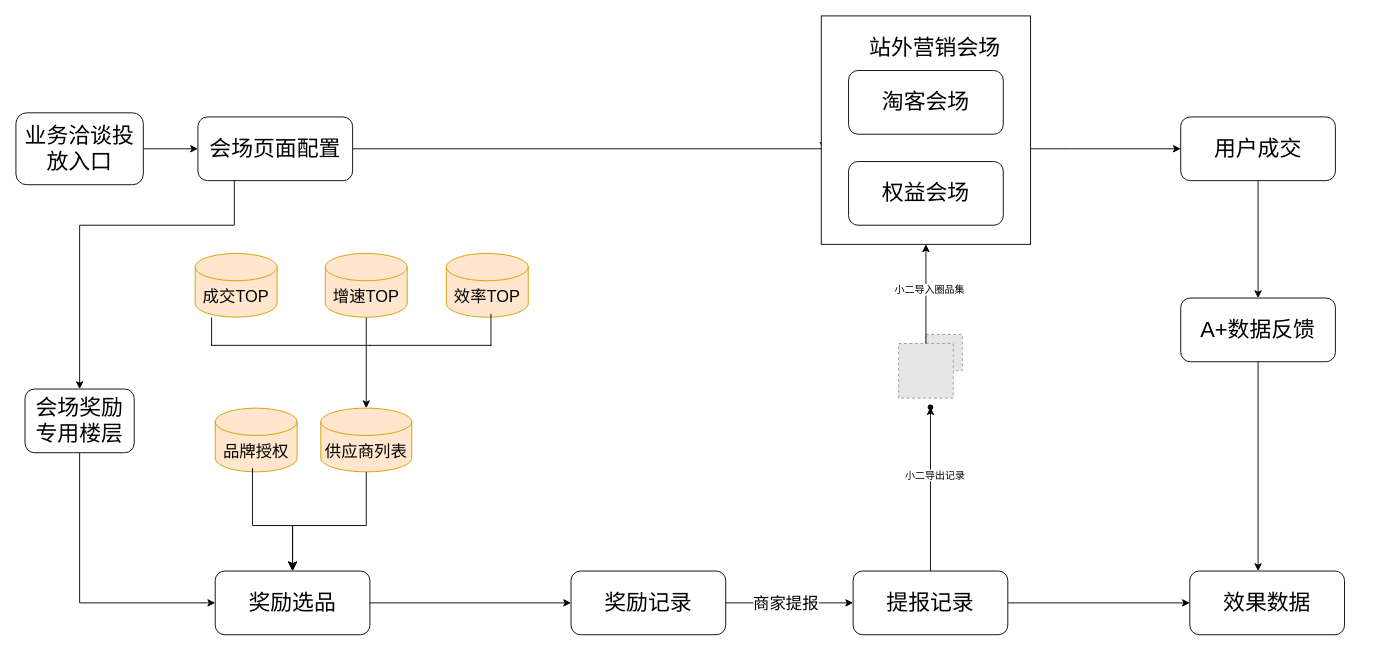
RuishanFang/notes keeps this draw.io diagram as 会场流量自运营.drawio. Above is the earlier version. Source tidied: cells renumbered, new cells numbered last; positions are measured from the earlier drawing's top-left corner, leaving out a move shared by most shapes. Both pictures are drawn from the tidied source at 91%, with x=0, y=0 at pixel (15, 15). Pictures stored in the file or linked from it are replaced by grey dashed boxes.
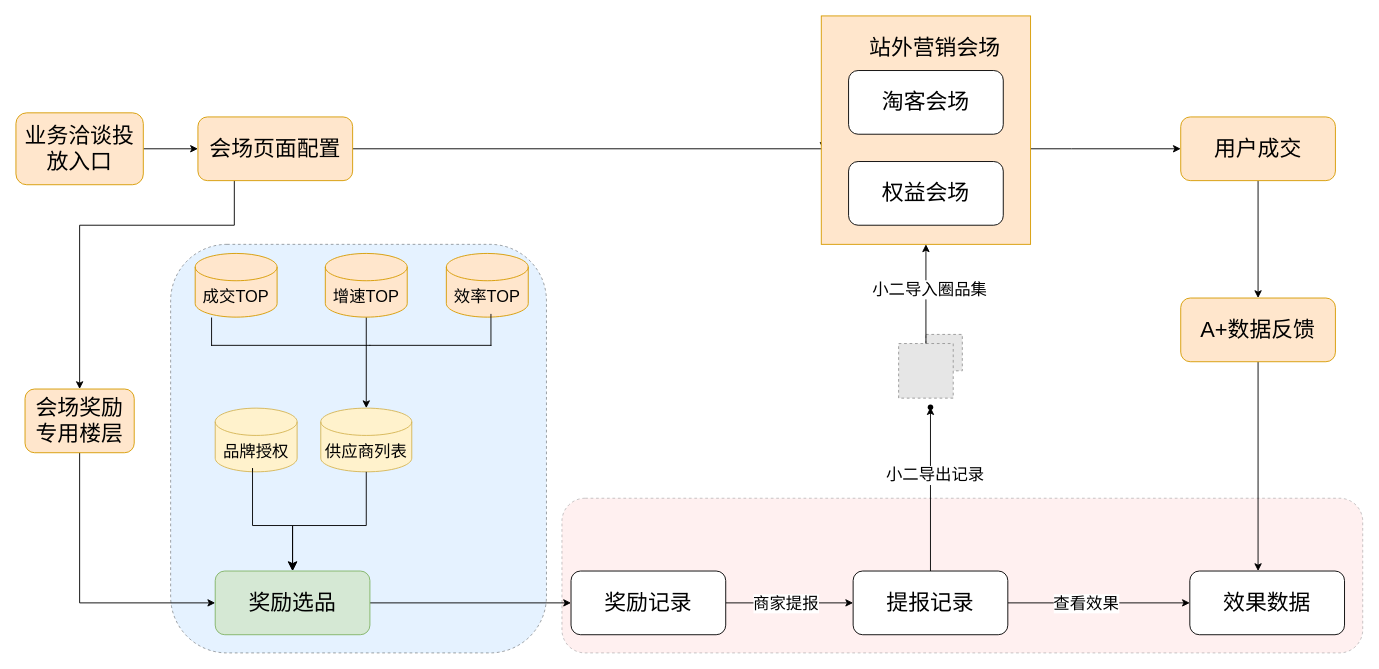
After the change.

Commit message:
更新会场流量自运营.drawio

Unchanged cells that the change refers to:
```xml
<mxCell id="20" style="edgeStyle=orthogonalEdgeStyle;rounded=0;jettySize=auto;html=1;" parent="1" edge="1" source="23" target="30">
  <mxGeometry relative="1" as="geometry" />
</mxCell>
<mxCell id="22" style="edgeStyle=orthogonalEdgeStyle;rounded=0;jettySize=auto;html=1;entryX=0;entryY=0.5;entryDx=0;entryDy=0;" parent="1" edge="1" source="23" target="24">
  <mxGeometry relative="1" as="geometry" />
</mxCell>
<mxCell id="32" style="edgeStyle=orthogonalEdgeStyle;rounded=0;jettySize=auto;html=1;" parent="1" edge="1" source="31" target="26">
  <mxGeometry relative="1" as="geometry" />
</mxCell>
```

The edit, as a diff of the source:
```diff
@@
+    <mxCell id="45" style="rounded=1;whiteSpace=wrap;html=1;dashed=1;fillColor=#ffcccc;strokeColor=#36393d;opacity=30;" parent="1" vertex="1">
+      <mxGeometry x="600" y="530" width="880" height="170" as="geometry" />
+    </mxCell>
+    <mxCell id="46" style="rounded=1;whiteSpace=wrap;html=1;dashed=1;fillColor=#cce5ff;strokeColor=#36393d;opacity=50;" parent="1" vertex="1">
+      <mxGeometry x="170" y="251" width="413" height="449" as="geometry" />
+    </mxCell>
@@
-    <mxCell id="3" value="&lt;font style=&quot;font-size: 24px;&quot;&gt;业务洽谈投放入口&lt;/font&gt;" style="rounded=1;whiteSpace=wrap;html=1;" parent="1" vertex="1">
+    <mxCell id="3" value="&lt;font style=&quot;font-size: 24px;&quot;&gt;业务洽谈投放入口&lt;/font&gt;" style="rounded=1;whiteSpace=wrap;html=1;fillColor=#ffe6cc;strokeColor=#d79b00;" parent="1" vertex="1">
       <mxGeometry y="106.5" width="140" height="79" as="geometry" />
     </mxCell>
@@
-    <mxCell id="6" value="&lt;font style=&quot;font-size: 24px;&quot;&gt;会场页面配置&lt;/font&gt;" style="rounded=1;whiteSpace=wrap;html=1;" parent="1" vertex="1">
+    <mxCell id="6" value="&lt;font style=&quot;font-size: 24px;&quot;&gt;会场页面配置&lt;/font&gt;" style="rounded=1;whiteSpace=wrap;html=1;fillColor=#ffe6cc;strokeColor=#d79b00;" parent="1" vertex="1">
       <mxGeometry x="200" y="111" width="170" height="70" as="geometry" />
     </mxCell>
@@
-    <mxCell id="8" value="&lt;font style=&quot;font-size: 24px;&quot;&gt;会场奖励专用楼层&lt;/font&gt;" style="rounded=1;whiteSpace=wrap;html=1;" parent="1" vertex="1">
+    <mxCell id="8" value="&lt;font style=&quot;font-size: 24px;&quot;&gt;会场奖励专用楼层&lt;/font&gt;" style="rounded=1;whiteSpace=wrap;html=1;fillColor=#ffe6cc;strokeColor=#d79b00;" parent="1" vertex="1">
       <mxGeometry x="10" y="410" width="120" height="70" as="geometry" />
     </mxCell>
@@
-    <mxCell id="13" value="&lt;font style=&quot;font-weight: normal; font-size: 18px;&quot;&gt;品牌授权&lt;/font&gt;" style="shape=cylinder3;whiteSpace=wrap;html=1;boundedLbl=1;backgroundOutline=1;size=15;fillColor=#ffe6cc;strokeColor=#d79b00;fontStyle=1;" parent="1" vertex="1">
+    <mxCell id="13" value="&lt;font style=&quot;font-weight: normal; font-size: 18px;&quot;&gt;品牌授权&lt;/font&gt;" style="shape=cylinder3;whiteSpace=wrap;html=1;boundedLbl=1;backgroundOutline=1;size=15;fillColor=#fff2cc;strokeColor=#d6b656;fontStyle=1;" parent="1" vertex="1">
       <mxGeometry x="219" y="431" width="90" height="70" as="geometry" />
     </mxCell>
-    <mxCell id="14" value="&lt;font style=&quot;font-weight: normal; font-size: 18px;&quot;&gt;供应商列表&lt;/font&gt;" style="shape=cylinder3;whiteSpace=wrap;html=1;boundedLbl=1;backgroundOutline=1;size=15;fillColor=#ffe6cc;strokeColor=#d79b00;fontStyle=1;" parent="1" vertex="1">
+    <mxCell id="14" value="&lt;font style=&quot;font-weight: normal; font-size: 18px;&quot;&gt;供应商列表&lt;/font&gt;" style="shape=cylinder3;whiteSpace=wrap;html=1;boundedLbl=1;backgroundOutline=1;size=15;fillColor=#fff2cc;strokeColor=#d6b656;fontStyle=1;" parent="1" vertex="1">
       <mxGeometry x="335" y="431" width="100" height="70" as="geometry" />
     </mxCell>
@@
-    <mxCell id="16" value="&lt;font style=&quot;font-size: 24px;&quot;&gt;奖励选品&lt;/font&gt;" style="rounded=1;whiteSpace=wrap;html=1;" parent="1" vertex="1">
+    <mxCell id="16" value="&lt;font style=&quot;font-size: 24px;&quot;&gt;奖励选品&lt;/font&gt;" style="rounded=1;whiteSpace=wrap;html=1;fillColor=#d5e8d4;strokeColor=#82b366;" parent="1" vertex="1">
       <mxGeometry x="219" y="610" width="170" height="70" as="geometry" />
     </mxCell>
@@
-    <mxCell id="21" value="小二导出记录" style="edgeLabel;html=1;align=center;verticalAlign=middle;" parent="20" vertex="1">
+    <mxCell id="21" value="&lt;font style=&quot;font-size: 18px;&quot;&gt;小二导出记录&lt;/font&gt;" style="edgeLabel;html=1;align=center;verticalAlign=middle;" parent="20" vertex="1">
       <mxGeometry x="0.18" y="-4" relative="1" as="geometry" />
     </mxCell>
@@
+    <mxCell id="47" value="&lt;font style=&quot;font-size: 18px;&quot;&gt;查看效果&lt;/font&gt;" style="edgeLabel;html=1;align=center;verticalAlign=middle;" parent="22" vertex="1">
+      <mxGeometry x="-0.15" relative="1" as="geometry" />
+    </mxCell>
@@
-    <mxCell id="26" style="rounded=0;whiteSpace=wrap;html=1;" parent="1" vertex="1">
+    <mxCell id="26" style="rounded=0;whiteSpace=wrap;html=1;fillColor=#ffe6cc;strokeColor=#d79b00;" parent="1" vertex="1">
       <mxGeometry x="885" width="230" height="251" as="geometry" />
     </mxCell>
@@
-    <mxCell id="33" value="小二导入圈品集" style="edgeLabel;html=1;align=center;verticalAlign=middle;" parent="32" vertex="1">
+    <mxCell id="33" value="&lt;font style=&quot;font-size: 18px;&quot;&gt;小二导入圈品集&lt;/font&gt;" style="edgeLabel;html=1;align=center;verticalAlign=middle;" parent="32" vertex="1">
       <mxGeometry x="0.11" y="-3" relative="1" as="geometry" />
     </mxCell>
@@
-    <mxCell id="37" value="&lt;font style=&quot;font-size: 24px;&quot;&gt;用户成交&lt;/font&gt;" style="rounded=1;whiteSpace=wrap;html=1;" parent="1" vertex="1">
+    <mxCell id="37" value="&lt;font style=&quot;font-size: 24px;&quot;&gt;用户成交&lt;/font&gt;" style="rounded=1;whiteSpace=wrap;html=1;fillColor=#ffe6cc;strokeColor=#d79b00;" parent="1" vertex="1">
       <mxGeometry x="1280" y="111" width="170" height="70" as="geometry" />
     </mxCell>
@@
-    <mxCell id="39" value="&lt;font style=&quot;font-size: 24px;&quot;&gt;A+数据反馈&lt;/font&gt;" style="rounded=1;whiteSpace=wrap;html=1;" parent="1" vertex="1">
+    <mxCell id="39" value="&lt;font style=&quot;font-size: 24px;&quot;&gt;A+数据反馈&lt;/font&gt;" style="rounded=1;whiteSpace=wrap;html=1;fillColor=#ffe6cc;strokeColor=#d79b00;" parent="1" vertex="1">
       <mxGeometry x="1280" y="310" width="170" height="70" as="geometry" />
     </mxCell>
```
